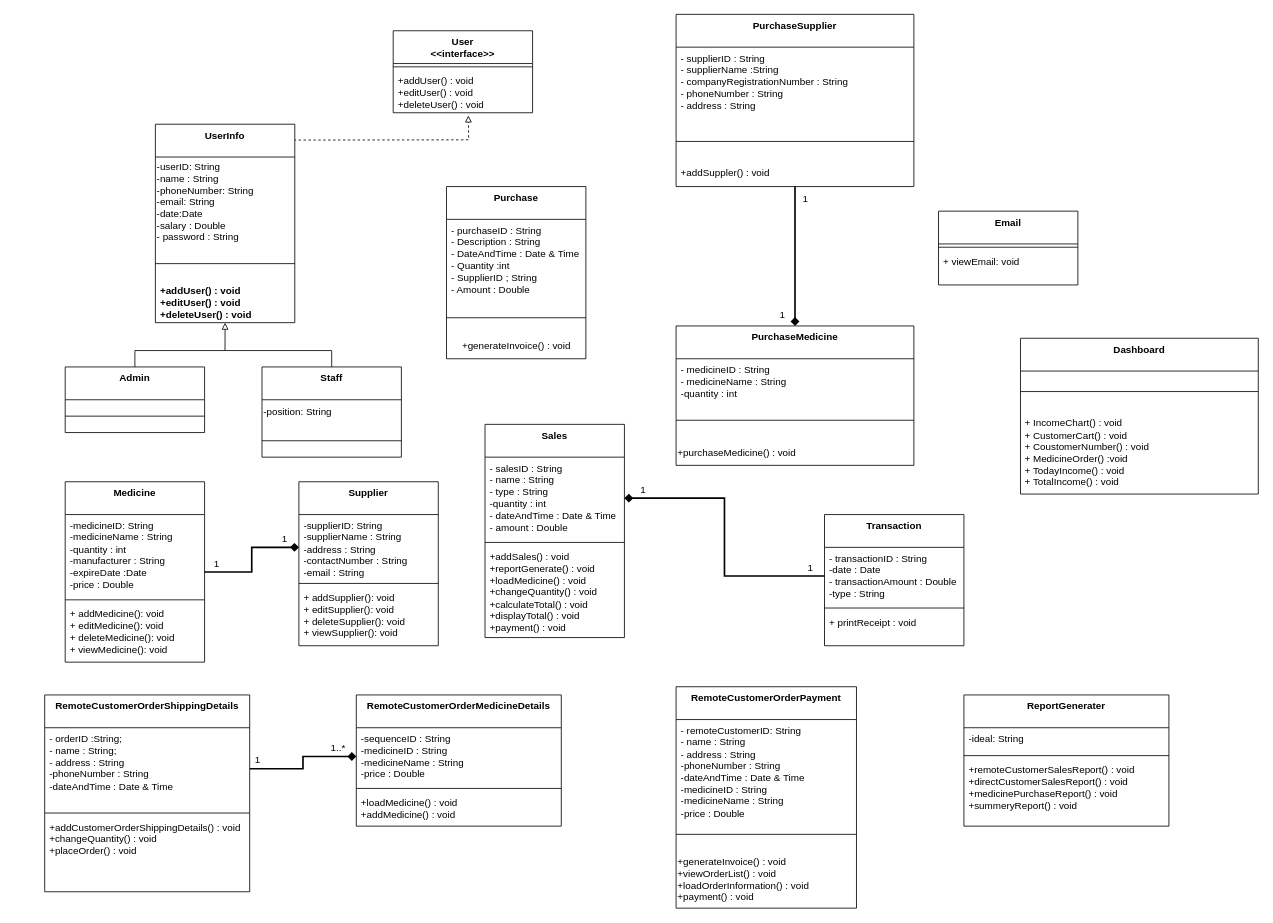
Before: Doc/Class Diagram/New-Class-Diagram.drawio in ChandimalPriyamantha/Pharmacy_Shop_Management_System, a draw.io diagram. Source tidied: cells renumbered, new cells numbered last; positions are measured from the earlier drawing's top-left corner, leaving out a move shared by most shapes. Both pictures are drawn from the tidied source at 82%, with x=0, y=0 at pixel (44, 14).
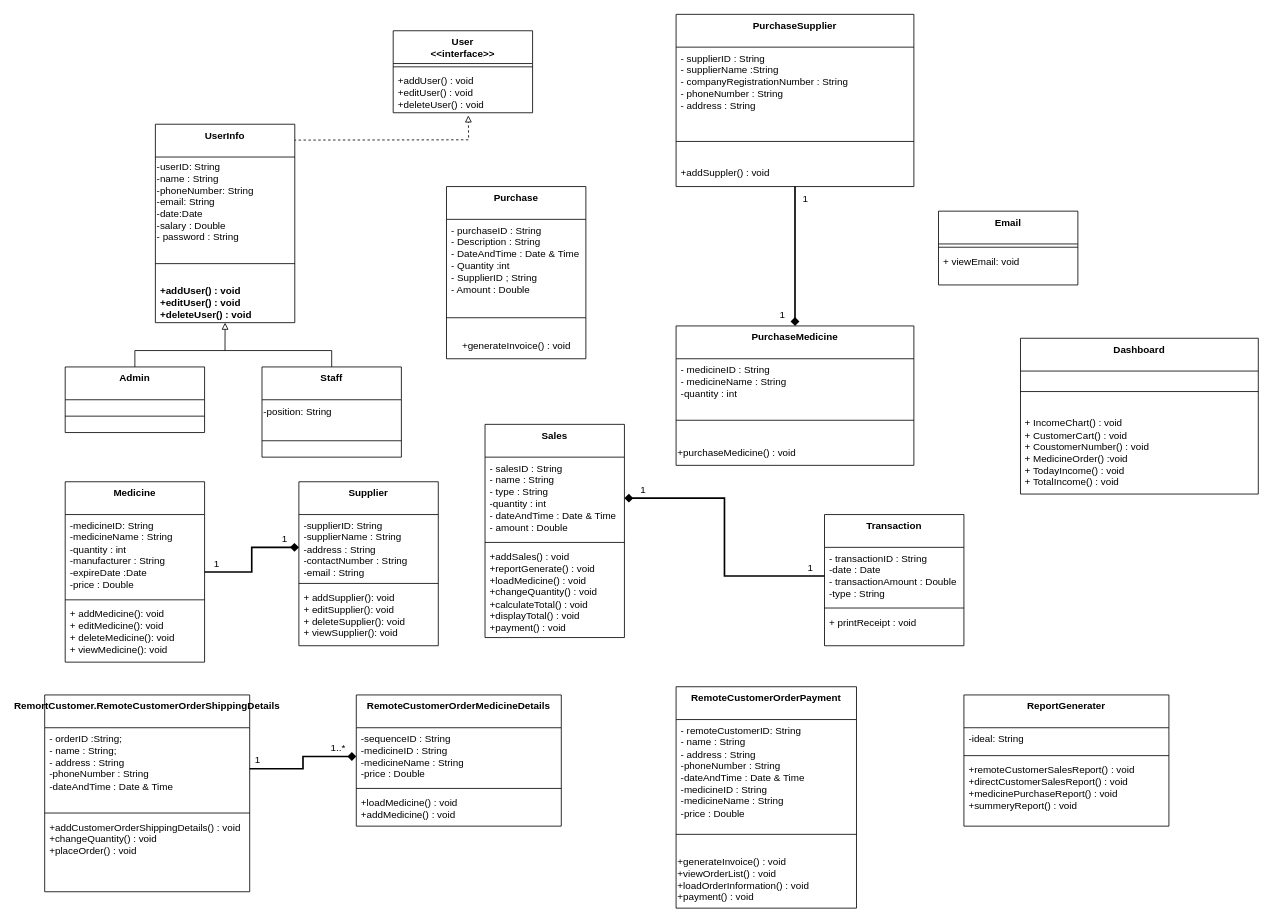
After the change.

The edit, as a diff of the source:
```diff
@@
-    <mxCell id="36" value="RemoteCustomerOrderShippingDetails" style="swimlane;fontStyle=1;align=center;verticalAlign=top;horizontal=1;startSize=40;whiteSpace=wrap;html=1;" parent="1" vertex="1">
+    <mxCell id="36" value="RemortCustomer.RemoteCustomerOrderShippingDetails" style="swimlane;fontStyle=1;align=center;verticalAlign=top;horizontal=1;startSize=40;whiteSpace=wrap;html=1;" parent="1" vertex="1">
       <mxGeometry y="830" width="250" height="240" as="geometry" />
     </mxCell>
```
